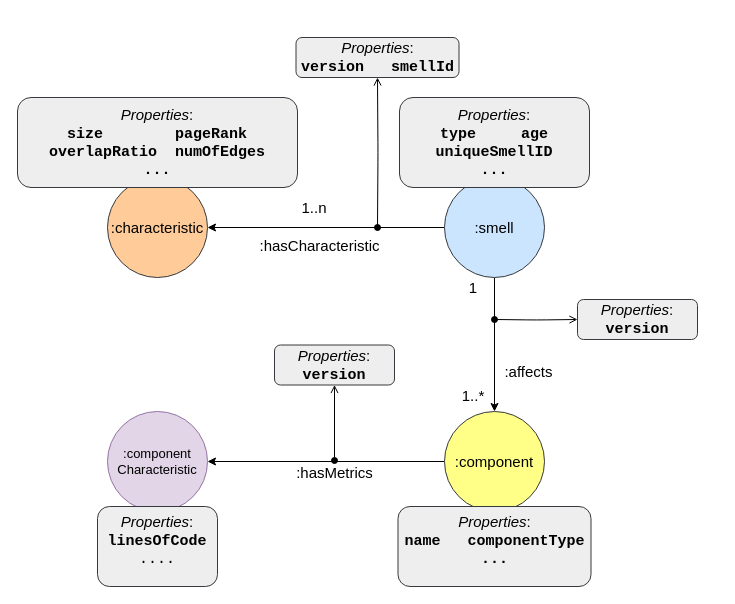
Above: page "simplified-graph" (1 of 2) of docs/condensed-graph-schema.drawio in darius-sas/astracker_old (draw.io), before the change. Source tidied: cells renumbered, new cells numbered last; positions are measured from the earlier drawing's top-left corner, leaving out a move shared by most shapes. Both pictures are drawn from the tidied source at 100%, with x=0, y=0 at pixel (17, 37).
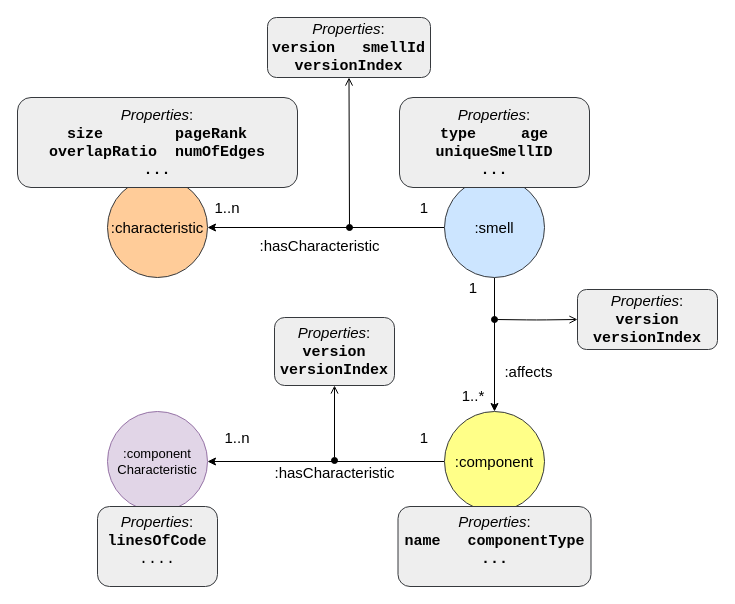
The same page after the edit.

Commit message (it also covers changes not shown here):
Fixed condensed graph schema

The change refers to these unchanged cells:
```xml
<mxCell id="9" value=":component&lt;br style=&quot;font-size: 15px;&quot;&gt;" style="ellipse;whiteSpace=wrap;html=1;labelPosition=center;verticalLabelPosition=middle;align=center;verticalAlign=middle;fontSize=15;fillColor=#ffff88;strokeColor=#36393d;" parent="1" vertex="1">
  <mxGeometry x="427" y="374" width="100" height="100" as="geometry" />
</mxCell>
<mxCell id="20" value=":component&lt;br&gt;Characteristic" style="ellipse;whiteSpace=wrap;html=1;labelPosition=center;verticalLabelPosition=middle;align=center;verticalAlign=middle;fontSize=13;fillColor=#e1d5e7;strokeColor=#9673a6;" parent="1" vertex="1">
  <mxGeometry x="90" y="374" width="100" height="100" as="geometry" />
</mxCell>
```

Change to the diagram source:
```diff
@@
-    <mxCell id="8" value="&lt;font style=&quot;font-size: 15px;&quot;&gt;:hasMetrics&lt;/font&gt;" style="edgeStyle=orthogonalEdgeStyle;rounded=0;html=1;entryX=1;entryY=0.5;entryDx=0;entryDy=0;jettySize=auto;fontSize=15;" parent="1" edge="1" source="9" target="20">
+    <mxCell id="8" value=":hasCharacteristic" style="edgeStyle=orthogonalEdgeStyle;rounded=0;html=1;entryX=1;entryY=0.5;entryDx=0;entryDy=0;jettySize=auto;fontSize=15;" parent="1" edge="1" source="9" target="20">
       <mxGeometry x="0.02" y="16" relative="1" as="geometry">
         <mxPoint x="11" y="-5" as="offset" />
       </mxGeometry>
     </mxCell>
@@
-    <mxCell id="12" value="&lt;font face=&quot;Helvetica&quot;&gt;&lt;i&gt;Properties&lt;/i&gt;:&lt;/font&gt;&lt;br&gt;&lt;b&gt;&lt;font face=&quot;Courier New&quot;&gt;version&amp;nbsp; &amp;nbsp;smellId&lt;/font&gt;&lt;/b&gt;" style="rounded=1;fontSize=15;align=center;html=1;whiteSpace=wrap;fontFamily=Consolas;fillColor=#eeeeee;strokeColor=#36393d;" parent="1" vertex="1">
-      <mxGeometry x="278.5" width="163" height="40" as="geometry" />
+    <mxCell id="12" value="&lt;font face=&quot;Helvetica&quot;&gt;&lt;i&gt;Properties&lt;/i&gt;:&lt;/font&gt;&lt;br&gt;&lt;b&gt;&lt;font face=&quot;Courier New&quot;&gt;version&amp;nbsp; &amp;nbsp;smellId&lt;br&gt;versionIndex&lt;br&gt;&lt;/font&gt;&lt;/b&gt;" style="rounded=1;fontSize=15;align=center;html=1;whiteSpace=wrap;fontFamily=Consolas;fillColor=#eeeeee;strokeColor=#36393d;" parent="1" vertex="1">
+      <mxGeometry x="250" y="-20" width="163" height="60" as="geometry" />
     </mxCell>
     <mxCell id="13" style="endArrow=open;html=1;fontSize=15;entryX=0.5;entryY=1;edgeStyle=orthogonalEdgeStyle;startArrow=oval;startFill=1;endFill=0;entryDx=0;entryDy=0;" parent="1" edge="1" target="12">
       <mxGeometry relative="1" as="geometry">
-        <mxPoint x="360" y="190" as="sourcePoint" />
+        <mxPoint x="332" y="190" as="sourcePoint" />
+        <Array as="points">
+          <mxPoint x="332" y="190" />
+        </Array>
       </mxGeometry>
     </mxCell>
@@
     <mxCell id="16" value="1..n" style="text;html=1;strokeColor=none;fillColor=none;align=center;verticalAlign=middle;whiteSpace=wrap;rounded=0;fontSize=15;" parent="1" vertex="1">
-      <mxGeometry x="277" y="160" width="40" height="20" as="geometry" />
+      <mxGeometry x="190" y="160" width="40" height="20" as="geometry" />
     </mxCell>
@@
-    <mxCell id="18" value="&lt;font face=&quot;Helvetica&quot;&gt;&lt;i&gt;Properties&lt;/i&gt;:&lt;/font&gt;&lt;br&gt;&lt;font face=&quot;Courier New&quot;&gt;&lt;b&gt;version&lt;/b&gt;&lt;/font&gt;&lt;br&gt;" style="rounded=1;fontSize=15;align=center;html=1;whiteSpace=wrap;fontFamily=Consolas;fillColor=#eeeeee;strokeColor=#36393d;" parent="1" vertex="1">
-      <mxGeometry x="257" y="307.5" width="120" height="40" as="geometry" />
+    <mxCell id="18" value="&lt;font face=&quot;Helvetica&quot;&gt;&lt;i&gt;Properties&lt;/i&gt;:&lt;/font&gt;&lt;br&gt;&lt;font face=&quot;Courier New&quot;&gt;&lt;b&gt;version versionIndex&lt;/b&gt;&lt;/font&gt;" style="rounded=1;fontSize=15;align=center;html=1;whiteSpace=wrap;fontFamily=Consolas;fillColor=#eeeeee;strokeColor=#36393d;" parent="1" vertex="1">
+      <mxGeometry x="257" y="280" width="120" height="68" as="geometry" />
     </mxCell>
@@
-    <mxCell id="22" value="&lt;font face=&quot;Helvetica&quot;&gt;&lt;i&gt;Properties&lt;/i&gt;:&lt;/font&gt;&lt;br&gt;&lt;font face=&quot;Courier New&quot;&gt;&lt;b&gt;version&lt;/b&gt;&lt;/font&gt;&lt;br&gt;" style="rounded=1;fontSize=15;align=center;html=1;whiteSpace=wrap;fontFamily=Consolas;fillColor=#eeeeee;strokeColor=#36393d;" parent="1" vertex="1">
-      <mxGeometry x="560" y="262" width="120" height="40" as="geometry" />
+    <mxCell id="22" value="&lt;font face=&quot;Helvetica&quot;&gt;&lt;i&gt;Properties&lt;/i&gt;:&lt;/font&gt;&lt;br&gt;&lt;font face=&quot;Courier New&quot;&gt;&lt;b&gt;version &lt;br&gt;versionIndex&lt;/b&gt;&lt;/font&gt;" style="rounded=1;fontSize=15;align=center;html=1;whiteSpace=wrap;fontFamily=Consolas;fillColor=#eeeeee;strokeColor=#36393d;" parent="1" vertex="1">
+      <mxGeometry x="560" y="252" width="140" height="60" as="geometry" />
     </mxCell>
@@
+    <mxCell id="24" value="1..n" style="text;html=1;strokeColor=none;fillColor=none;align=center;verticalAlign=middle;whiteSpace=wrap;rounded=0;fontSize=15;" parent="1" vertex="1">
+      <mxGeometry x="200" y="390" width="40" height="20" as="geometry" />
+    </mxCell>
+    <mxCell id="25" value="1" style="text;html=1;strokeColor=none;fillColor=none;align=center;verticalAlign=middle;whiteSpace=wrap;rounded=0;fontSize=15;" parent="1" vertex="1">
+      <mxGeometry x="387" y="390" width="40" height="20" as="geometry" />
+    </mxCell>
+    <mxCell id="26" value="1" style="text;html=1;strokeColor=none;fillColor=none;align=center;verticalAlign=middle;whiteSpace=wrap;rounded=0;fontSize=15;" parent="1" vertex="1">
+      <mxGeometry x="387" y="160" width="40" height="20" as="geometry" />
+    </mxCell>
```
